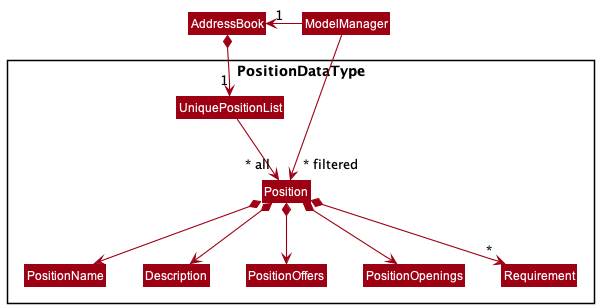
Earlier version of the PlantUML export docs/images/ModelPositionClassDiagram.png (nus-cs2103-AY2122S2/tp). The source it was exported from:
```plantuml
@startuml
!include style.puml
skinparam arrowThickness 1.1
skinparam arrowColor MODEL_COLOR
skinparam classBackgroundColor MODEL_COLOR

Class AddressBook
Class ModelManager

Package PositionDataType <<Rectangle>>{

Class UniquePositionList
Class Position
Class Description
Class PositionName
Class PositionOffers
Class PositionOpenings
Class Requirement
}

ModelManager -->"~* filtered" Position

AddressBook *--> "1" UniquePositionList
UniquePositionList --> "~* all" Position
Position *--> Description
Position *--> PositionName
Position *--> PositionOffers
Position *--> PositionOpenings
Position *--> "*" Requirement

ModelManager -left-> "1" AddressBook

PositionName -[hidden]right-> Description

@enduml
```
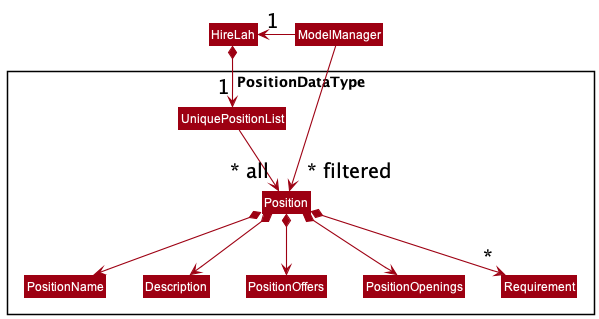
After the change.

Commit message:
Update AddressBook to HireLah in DG

What changed in the source:
```diff
@@ -4,7 +4,7 @@
 skinparam arrowColor MODEL_COLOR
 skinparam classBackgroundColor MODEL_COLOR
 
-Class AddressBook
+Class HireLah
 Class ModelManager
 
 Package PositionDataType <<Rectangle>>{
@@ -20,7 +20,7 @@
 
 ModelManager -->"~* filtered" Position
 
-AddressBook *--> "1" UniquePositionList
+HireLah *--> "1" UniquePositionList
 UniquePositionList --> "~* all" Position
 Position *--> Description
 Position *--> PositionName
@@ -28,7 +28,7 @@
 Position *--> PositionOpenings
 Position *--> "*" Requirement
 
-ModelManager -left-> "1" AddressBook
+ModelManager -left-> "1" HireLah
 
 PositionName -[hidden]right-> Description
 
```
